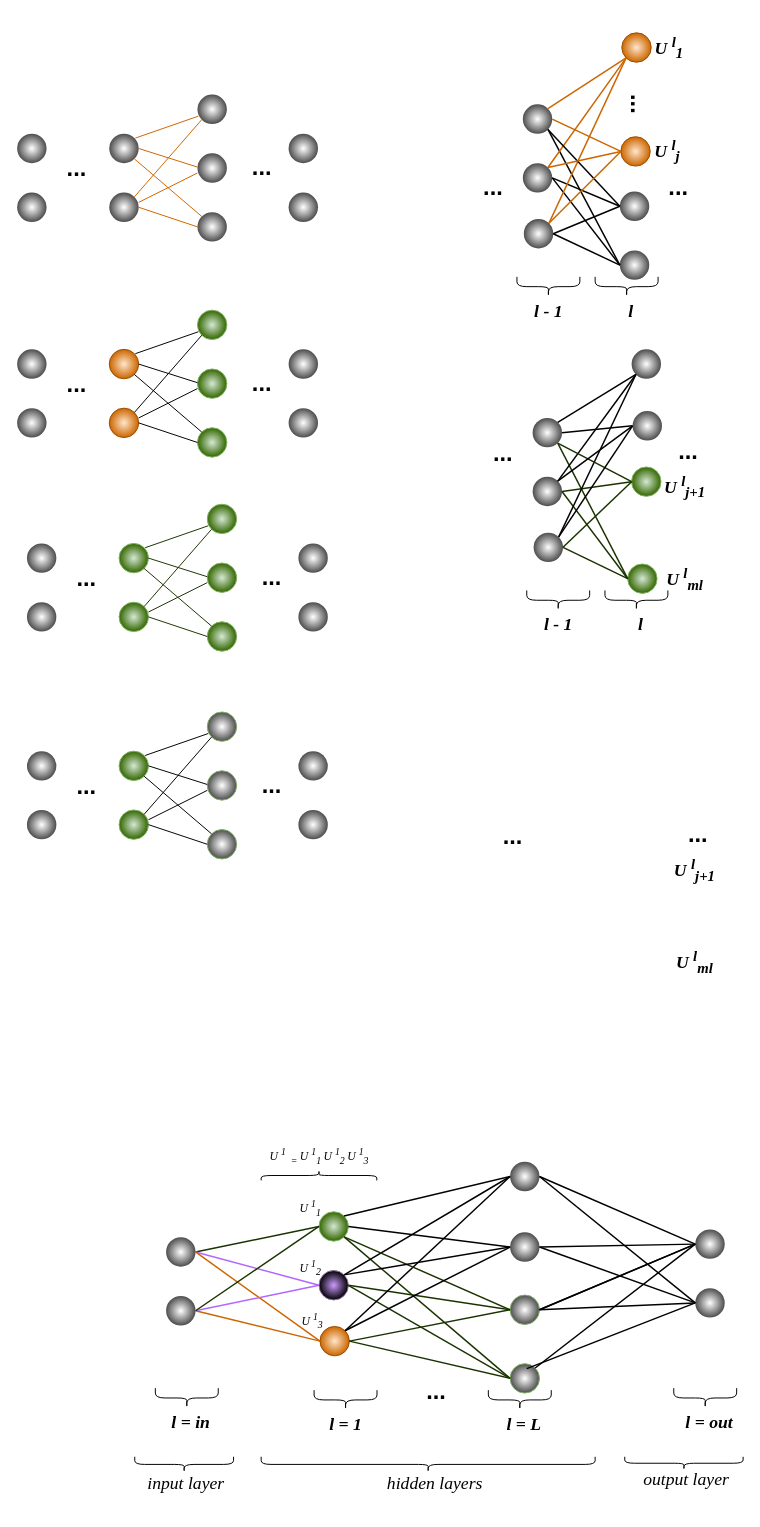
nkhosros/Application-Package keeps this draw.io diagram as Untitled Diagram.drawio. Above is the earlier version. Source tidied: cells renumbered, new cells numbered last; positions are measured from the earlier drawing's top-left corner, leaving out a move shared by most shapes. Both pictures are drawn from the tidied source at 98%, with x=0, y=0 at pixel (17, 32).
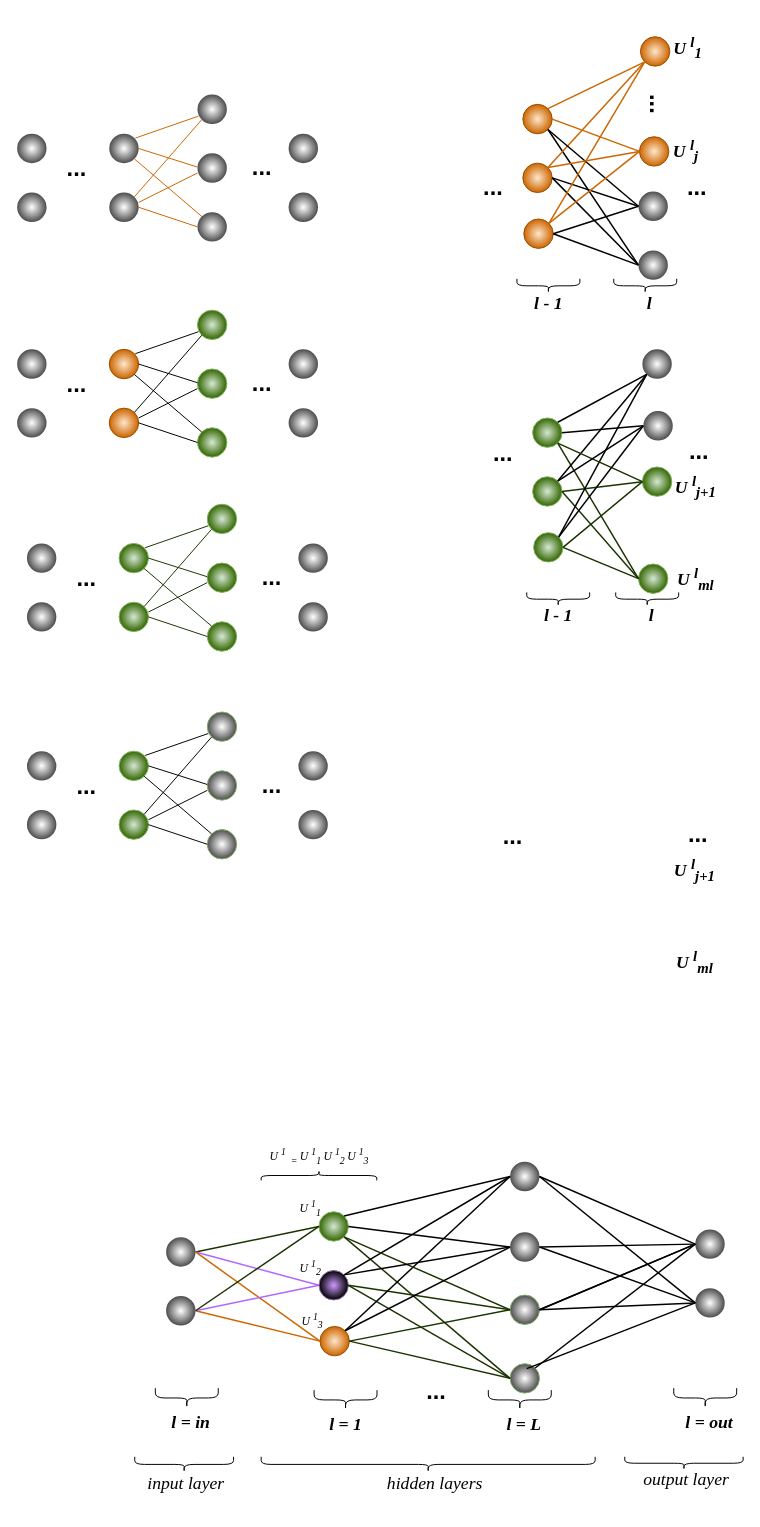
After the change.

What changed in the source:
```diff
@@
     <mxCell id="70" style="ellipse;whiteSpace=wrap;html=1;gradientColor=#4D4D4D;fillColor=default;gradientDirection=radial;shadow=0;strokeColor=none;" parent="1" vertex="1">
-      <mxGeometry x="615" y="222" width="30" height="30" as="geometry" />
+      <mxGeometry x="634" y="222" width="30" height="30" as="geometry" />
     </mxCell>
     <mxCell id="71" style="ellipse;whiteSpace=wrap;html=1;gradientColor=#4D4D4D;fillColor=default;gradientDirection=radial;shadow=0;strokeColor=none;" parent="1" vertex="1">
-      <mxGeometry x="615" y="162" width="30" height="30" as="geometry" />
+      <mxGeometry x="634" y="162" width="30" height="30" as="geometry" />
     </mxCell>
     <mxCell id="72" style="ellipse;whiteSpace=wrap;html=1;gradientColor=#CC6600;fillColor=#ffe6cc;gradientDirection=radial;shadow=0;strokeColor=#994C00;align=center;verticalAlign=middle;fontFamily=Helvetica;fontSize=12;fontColor=default;" parent="1" vertex="1">
-      <mxGeometry x="617" width="30" height="30" as="geometry" />
+      <mxGeometry x="636" y="4" width="30" height="30" as="geometry" />
     </mxCell>
-    <mxCell id="73" style="ellipse;whiteSpace=wrap;html=1;gradientColor=#4D4D4D;fillColor=default;gradientDirection=radial;shadow=0;strokeColor=none;" parent="1" vertex="1">
+    <mxCell id="73" style="ellipse;whiteSpace=wrap;html=1;gradientColor=#CC6600;fillColor=#ffe6cc;gradientDirection=radial;shadow=0;strokeColor=#994C00;align=center;verticalAlign=middle;fontFamily=Helvetica;fontSize=12;fontColor=default;" parent="1" vertex="1">
       <mxGeometry x="516" y="133" width="30" height="30" as="geometry" />
     </mxCell>
-    <mxCell id="74" style="ellipse;whiteSpace=wrap;html=1;gradientColor=#4D4D4D;fillColor=default;gradientDirection=radial;shadow=0;strokeColor=none;" parent="1" vertex="1">
+    <mxCell id="74" style="ellipse;whiteSpace=wrap;html=1;gradientColor=#CC6600;fillColor=#ffe6cc;gradientDirection=radial;shadow=0;strokeColor=#994C00;align=center;verticalAlign=middle;fontFamily=Helvetica;fontSize=12;fontColor=default;" parent="1" vertex="1">
       <mxGeometry x="516" y="73" width="30" height="30" as="geometry" />
     </mxCell>
@@
     <mxCell id="80" value="&lt;font style=&quot;font-size: 24px;&quot;&gt;&lt;b&gt;...&lt;/b&gt;&lt;/font&gt;" style="text;html=1;align=center;verticalAlign=middle;whiteSpace=wrap;rounded=0;" parent="1" vertex="1">
-      <mxGeometry x="655" y="143" width="40" height="30" as="geometry" />
+      <mxGeometry x="674" y="143" width="40" height="30" as="geometry" />
     </mxCell>
@@
-    <mxCell id="82" style="ellipse;whiteSpace=wrap;html=1;gradientColor=#4D4D4D;fillColor=default;gradientDirection=radial;shadow=0;strokeColor=none;" parent="1" vertex="1">
+    <mxCell id="82" style="ellipse;whiteSpace=wrap;html=1;gradientColor=#CC6600;fillColor=#ffe6cc;gradientDirection=radial;shadow=0;strokeColor=#994C00;align=center;verticalAlign=middle;fontFamily=Helvetica;fontSize=12;fontColor=default;" parent="1" vertex="1">
       <mxGeometry x="517" y="190" width="30" height="30" as="geometry" />
     </mxCell>
     <mxCell id="83" style="ellipse;whiteSpace=wrap;html=1;gradientColor=#CC6600;fillColor=#ffe6cc;gradientDirection=radial;shadow=0;strokeColor=#994C00;align=center;verticalAlign=middle;fontFamily=Helvetica;fontSize=12;fontColor=default;" parent="1" vertex="1">
-      <mxGeometry x="616" y="106" width="30" height="30" as="geometry" />
+      <mxGeometry x="635" y="106" width="30" height="30" as="geometry" />
     </mxCell>
     <mxCell id="84" value="&lt;font style=&quot;font-size: 24px;&quot;&gt;&lt;b&gt;...&lt;/b&gt;&lt;/font&gt;" style="text;html=1;align=center;verticalAlign=middle;whiteSpace=wrap;rounded=0;rotation=90;" parent="1" vertex="1">
-      <mxGeometry x="615" y="58" width="40" height="30" as="geometry" />
+      <mxGeometry x="634" y="58" width="40" height="30" as="geometry" />
     </mxCell>
@@
     <mxCell id="92" style="group;" parent="1" vertex="1">
-      <mxGeometry x="510" y="249" width="144" height="42" as="geometry" />
+      <mxGeometry x="510" y="251" width="144" height="30" as="geometry" />
     </mxCell>
     <mxCell id="93" style="shape=curlyBracket;whiteSpace=wrap;html=1;rounded=1;flipH=1;labelPosition=right;verticalLabelPosition=middle;align=left;verticalAlign=middle;direction=north;strokeWidth=1;" parent="92" vertex="1">
-      <mxGeometry x="79.8" width="64.2" height="20" as="geometry" />
+      <mxGeometry x="98.8" width="64.2" height="14.3" as="geometry" />
     </mxCell>
     <mxCell id="94" style="shape=curlyBracket;whiteSpace=wrap;html=1;rounded=1;flipH=1;labelPosition=right;verticalLabelPosition=middle;align=left;verticalAlign=middle;direction=north;strokeWidth=1;" parent="92" vertex="1">
-      <mxGeometry width="64.2" height="20" as="geometry" />
+      <mxGeometry width="64.2" height="14.3" as="geometry" />
     </mxCell>
     <mxCell id="95" value="&lt;h4&gt;&lt;i style=&quot;&quot;&gt;&lt;font style=&quot;font-size: 18px;&quot; face=&quot;Times New Roman&quot;&gt;l - 1&lt;/font&gt;&lt;/i&gt;&lt;/h4&gt;" style="text;html=1;align=center;verticalAlign=middle;whiteSpace=wrap;rounded=0;" parent="92" vertex="1">
-      <mxGeometry x="4.6" y="20" width="55" height="30" as="geometry" />
+      <mxGeometry x="4.6" y="14.3" width="55" height="21.4" as="geometry" />
     </mxCell>
     <mxCell id="96" value="&lt;h4&gt;&lt;i style=&quot;&quot;&gt;&lt;font face=&quot;Times New Roman&quot; style=&quot;font-size: 18px;&quot;&gt;l&lt;/font&gt;&lt;/i&gt;&lt;/h4&gt;" style="text;html=1;align=center;verticalAlign=middle;whiteSpace=wrap;rounded=0;fontStyle=1;" parent="92" vertex="1">
-      <mxGeometry x="89" y="20" width="55" height="30" as="geometry" />
+      <mxGeometry x="108" y="14.3" width="55" height="21.4" as="geometry" />
     </mxCell>
     <mxCell id="97" value="&lt;h4&gt;&lt;i style=&quot;&quot;&gt;&lt;font style=&quot;font-size: 18px;&quot; face=&quot;Times New Roman&quot;&gt;U&amp;nbsp;&lt;sup&gt;l&lt;/sup&gt;&lt;sub&gt;1&lt;/sub&gt;&lt;/font&gt;&lt;/i&gt;&lt;/h4&gt;" style="text;html=1;align=center;verticalAlign=middle;whiteSpace=wrap;rounded=0;" parent="1" vertex="1">
-      <mxGeometry x="648" width="35" height="30" as="geometry" />
+      <mxGeometry x="667" width="35" height="30" as="geometry" />
     </mxCell>
     <mxCell id="98" value="&lt;h4&gt;&lt;i style=&quot;&quot;&gt;&lt;font style=&quot;font-size: 18px;&quot; face=&quot;Times New Roman&quot;&gt;U&amp;nbsp;&lt;sup&gt;l&lt;/sup&gt;&lt;sub&gt;j&lt;/sub&gt;&lt;/font&gt;&lt;/i&gt;&lt;/h4&gt;" style="text;html=1;align=center;verticalAlign=middle;whiteSpace=wrap;rounded=0;" parent="1" vertex="1">
-      <mxGeometry x="647" y="105" width="33" height="30" as="geometry" />
+      <mxGeometry x="666" y="105" width="33" height="30" as="geometry" />
     </mxCell>
     <mxCell id="99" style="ellipse;whiteSpace=wrap;html=1;gradientColor=#336600;fillColor=#d5e8d4;gradientDirection=radial;shadow=0;strokeColor=#82b366;align=center;verticalAlign=middle;fontFamily=Helvetica;fontSize=12;fontColor=default;" parent="1" vertex="1">
-      <mxGeometry x="623" y="542" width="30" height="30" as="geometry" />
+      <mxGeometry x="634" y="542" width="30" height="30" as="geometry" />
     </mxCell>
     <mxCell id="100" style="ellipse;whiteSpace=wrap;html=1;gradientColor=#336600;fillColor=#d5e8d4;gradientDirection=radial;shadow=0;strokeColor=#82b366;align=center;verticalAlign=middle;fontFamily=Helvetica;fontSize=12;fontColor=default;" parent="1" vertex="1">
-      <mxGeometry x="627" y="443" width="30" height="30" as="geometry" />
+      <mxGeometry x="638" y="443" width="30" height="30" as="geometry" />
     </mxCell>
     <mxCell id="101" style="ellipse;whiteSpace=wrap;html=1;gradientColor=#4D4D4D;fillColor=default;gradientDirection=radial;shadow=0;strokeColor=none;align=center;verticalAlign=middle;fontFamily=Helvetica;fontSize=12;fontColor=default;" parent="1" vertex="1">
-      <mxGeometry x="627" y="323" width="30" height="30" as="geometry" />
+      <mxGeometry x="638" y="323" width="30" height="30" as="geometry" />
     </mxCell>
-    <mxCell id="102" style="ellipse;whiteSpace=wrap;html=1;gradientColor=#4D4D4D;fillColor=default;gradientDirection=radial;shadow=0;strokeColor=none;" parent="1" vertex="1">
+    <mxCell id="102" style="ellipse;whiteSpace=wrap;html=1;gradientColor=#336600;fillColor=#d5e8d4;gradientDirection=radial;shadow=0;strokeColor=#82b366;align=center;verticalAlign=middle;fontFamily=Helvetica;fontSize=12;fontColor=default;" parent="1" vertex="1">
       <mxGeometry x="526" y="453" width="30" height="30" as="geometry" />
     </mxCell>
-    <mxCell id="103" style="ellipse;whiteSpace=wrap;html=1;gradientColor=#4D4D4D;fillColor=default;gradientDirection=radial;shadow=0;strokeColor=none;" parent="1" vertex="1">
+    <mxCell id="103" style="ellipse;whiteSpace=wrap;html=1;gradientColor=#336600;fillColor=#d5e8d4;gradientDirection=radial;shadow=0;strokeColor=#82b366;align=center;verticalAlign=middle;fontFamily=Helvetica;fontSize=12;fontColor=default;" parent="1" vertex="1">
       <mxGeometry x="526" y="393" width="30" height="30" as="geometry" />
     </mxCell>
@@
     <mxCell id="109" value="&lt;font style=&quot;font-size: 24px;&quot;&gt;&lt;b&gt;...&lt;/b&gt;&lt;/font&gt;" style="text;html=1;align=center;verticalAlign=middle;whiteSpace=wrap;rounded=0;" parent="1" vertex="1">
-      <mxGeometry x="665" y="412" width="40" height="30" as="geometry" />
+      <mxGeometry x="676" y="412" width="40" height="30" as="geometry" />
     </mxCell>
@@
-    <mxCell id="111" style="ellipse;whiteSpace=wrap;html=1;gradientColor=#4D4D4D;fillColor=default;gradientDirection=radial;shadow=0;strokeColor=none;" parent="1" vertex="1">
+    <mxCell id="111" style="ellipse;whiteSpace=wrap;html=1;gradientColor=#336600;fillColor=#d5e8d4;gradientDirection=radial;shadow=0;strokeColor=#82b366;align=center;verticalAlign=middle;fontFamily=Helvetica;fontSize=12;fontColor=default;" parent="1" vertex="1">
       <mxGeometry x="527" y="510" width="30" height="30" as="geometry" />
     </mxCell>
     <mxCell id="112" style="ellipse;whiteSpace=wrap;html=1;gradientColor=#4D4D4D;fillColor=default;gradientDirection=radial;shadow=0;strokeColor=none;align=center;verticalAlign=middle;fontFamily=Helvetica;fontSize=12;fontColor=default;" parent="1" vertex="1">
-      <mxGeometry x="628" y="386" width="30" height="30" as="geometry" />
+      <mxGeometry x="639" y="386" width="30" height="30" as="geometry" />
     </mxCell>
@@
     <mxCell id="120" style="group;" parent="1" vertex="1">
-      <mxGeometry x="520" y="569" width="144" height="42" as="geometry" />
+      <mxGeometry x="520" y="571" width="144" height="29" as="geometry" />
     </mxCell>
     <mxCell id="121" style="shape=curlyBracket;whiteSpace=wrap;html=1;rounded=1;flipH=1;labelPosition=right;verticalLabelPosition=middle;align=left;verticalAlign=middle;direction=north;strokeWidth=1;" parent="120" vertex="1">
-      <mxGeometry x="79.8" width="64.2" height="20" as="geometry" />
+      <mxGeometry x="90.8" width="64.2" height="13.8" as="geometry" />
     </mxCell>
     <mxCell id="122" style="shape=curlyBracket;whiteSpace=wrap;html=1;rounded=1;flipH=1;labelPosition=right;verticalLabelPosition=middle;align=left;verticalAlign=middle;direction=north;strokeWidth=1;" parent="120" vertex="1">
-      <mxGeometry width="64.2" height="20" as="geometry" />
+      <mxGeometry width="64.2" height="13.8" as="geometry" />
     </mxCell>
     <mxCell id="123" value="&lt;h4&gt;&lt;i style=&quot;&quot;&gt;&lt;font style=&quot;font-size: 18px;&quot; face=&quot;Times New Roman&quot;&gt;l - 1&lt;/font&gt;&lt;/i&gt;&lt;/h4&gt;" style="text;html=1;align=center;verticalAlign=middle;whiteSpace=wrap;rounded=0;" parent="120" vertex="1">
-      <mxGeometry x="4.6" y="20" width="55" height="30" as="geometry" />
+      <mxGeometry x="4.6" y="13.8" width="55" height="20.7" as="geometry" />
     </mxCell>
     <mxCell id="124" value="&lt;h4&gt;&lt;i style=&quot;&quot;&gt;&lt;font face=&quot;Times New Roman&quot; style=&quot;font-size: 18px;&quot;&gt;l&lt;/font&gt;&lt;/i&gt;&lt;/h4&gt;" style="text;html=1;align=center;verticalAlign=middle;whiteSpace=wrap;rounded=0;fontStyle=1;" parent="120" vertex="1">
-      <mxGeometry x="89" y="20" width="55" height="30" as="geometry" />
+      <mxGeometry x="100" y="13.8" width="55" height="20.7" as="geometry" />
     </mxCell>
     <mxCell id="125" value="&lt;h4&gt;&lt;i style=&quot;&quot;&gt;&lt;font style=&quot;font-size: 18px;&quot; face=&quot;Times New Roman&quot;&gt;U&amp;nbsp;&lt;sup&gt;l&lt;/sup&gt;&lt;sub&gt;j+1&lt;/sub&gt;&lt;/font&gt;&lt;/i&gt;&lt;/h4&gt;" style="text;html=1;align=center;verticalAlign=middle;whiteSpace=wrap;rounded=0;" parent="1" vertex="1">
-      <mxGeometry x="664" y="448" width="35" height="30" as="geometry" />
+      <mxGeometry x="675" y="448" width="35" height="30" as="geometry" />
     </mxCell>
     <mxCell id="126" value="&lt;h4&gt;&lt;i style=&quot;&quot;&gt;&lt;font style=&quot;font-size: 18px;&quot; face=&quot;Times New Roman&quot;&gt;U&amp;nbsp;&lt;sup&gt;l&lt;/sup&gt;&lt;sub&gt;ml&lt;/sub&gt;&lt;/font&gt;&lt;/i&gt;&lt;/h4&gt;" style="text;html=1;align=center;verticalAlign=middle;whiteSpace=wrap;rounded=0;" parent="1" vertex="1">
-      <mxGeometry x="664" y="542" width="35" height="30" as="geometry" />
+      <mxGeometry x="675" y="542" width="35" height="30" as="geometry" />
     </mxCell>
```
